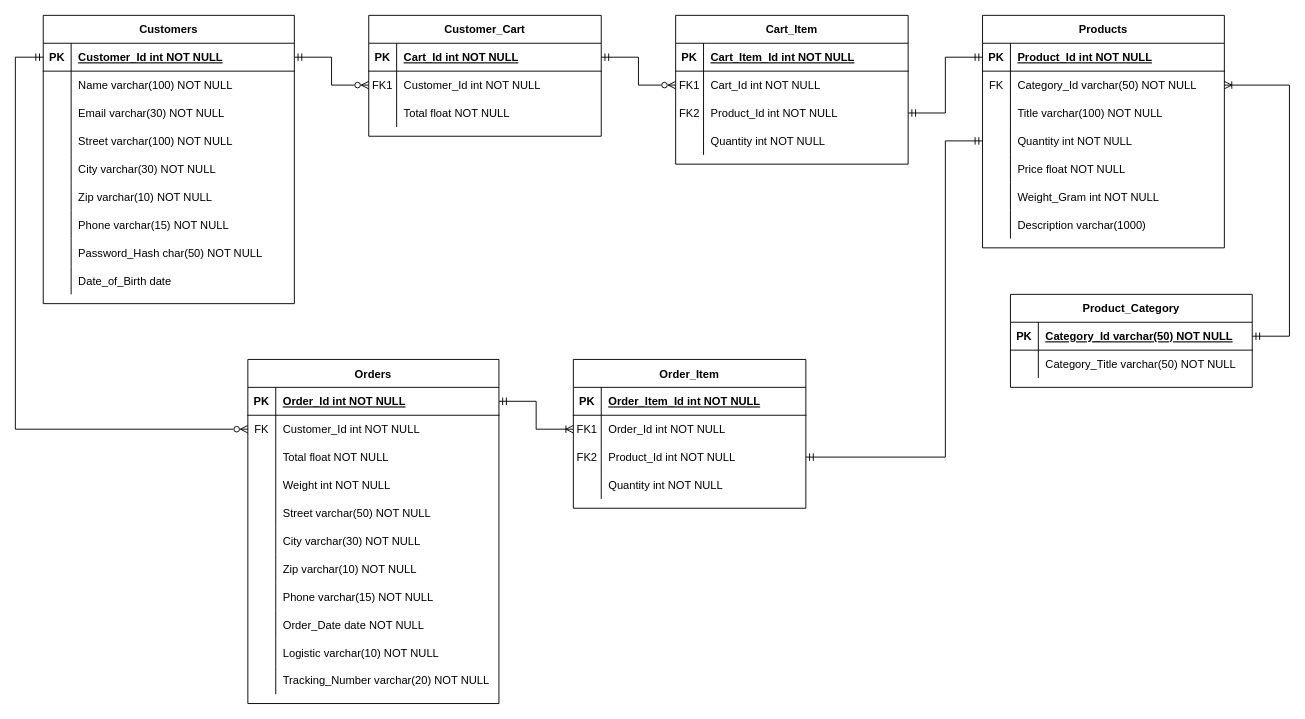
Before: system-design/ER-Diagram.drawio in wahyubrr/shopping-api, a draw.io diagram. Source tidied: cells renumbered, new cells numbered last; positions are measured from the earlier drawing's top-left corner, leaving out a move shared by most shapes. Both pictures are drawn from the tidied source at 93%, with x=0, y=0 at pixel (15, 15).
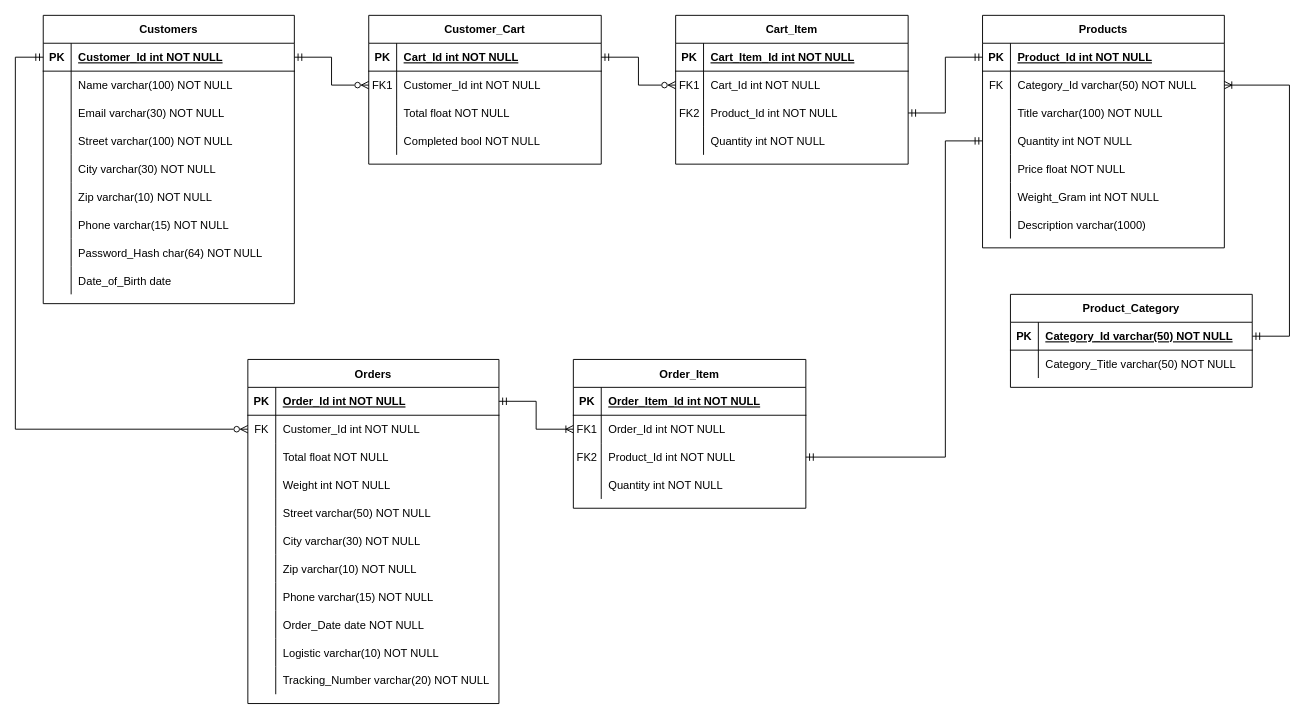
The same page after the edit.

Commit message (it also covers changes not shown here):
updated the system design with imporved ERD and some endpoint modification

Unchanged cells that the change refers to:
```xml
<mxCell id="56" style="shape=partialRectangle;fillColor=none;top=0;left=0;right=0;bottom=0;" parent="34" vertex="1">
  <mxGeometry y="240" width="270" height="30" as="geometry" />
</mxCell>
```

Change to the diagram source:
```diff
@@
     <mxCell id="2" value="Customer_Cart" style="shape=table;startSize=30;childLayout=tableLayout;rowLines=0;fontStyle=1;align=center;" parent="1" vertex="1">
-      <mxGeometry x="380" width="250" height="130" as="geometry" />
+      <mxGeometry x="380" width="250" height="160" as="geometry" />
     </mxCell>
@@
+    <mxCell id="136" style="shape=partialRectangle;fillColor=none;top=0;left=0;right=0;bottom=0;" parent="2" vertex="1">
+      <mxGeometry y="120" width="250" height="30" as="geometry" />
+    </mxCell>
+    <mxCell id="137" style="shape=partialRectangle;overflow=hidden;fillColor=none;top=0;left=0;bottom=0;right=0;" parent="136" vertex="1">
+      <mxGeometry width="30" height="30" as="geometry" />
+    </mxCell>
+    <mxCell id="138" value="Completed bool NOT NULL" style="shape=partialRectangle;overflow=hidden;fillColor=none;top=0;left=0;bottom=0;right=0;align=left;spacingLeft=6;" parent="136" vertex="1">
+      <mxGeometry x="30" width="220" height="30" as="geometry" />
+    </mxCell>
@@
-    <mxCell id="58" value="Password_Hash char(50) NOT NULL" style="shape=partialRectangle;overflow=hidden;fillColor=none;top=0;left=0;bottom=0;right=0;align=left;spacingLeft=6;" parent="56" vertex="1">
+    <mxCell id="58" value="Password_Hash char(64) NOT NULL" style="shape=partialRectangle;overflow=hidden;fillColor=none;top=0;left=0;bottom=0;right=0;align=left;spacingLeft=6;" parent="56" vertex="1">
       <mxGeometry x="30" width="240" height="30" as="geometry" />
     </mxCell>
```
